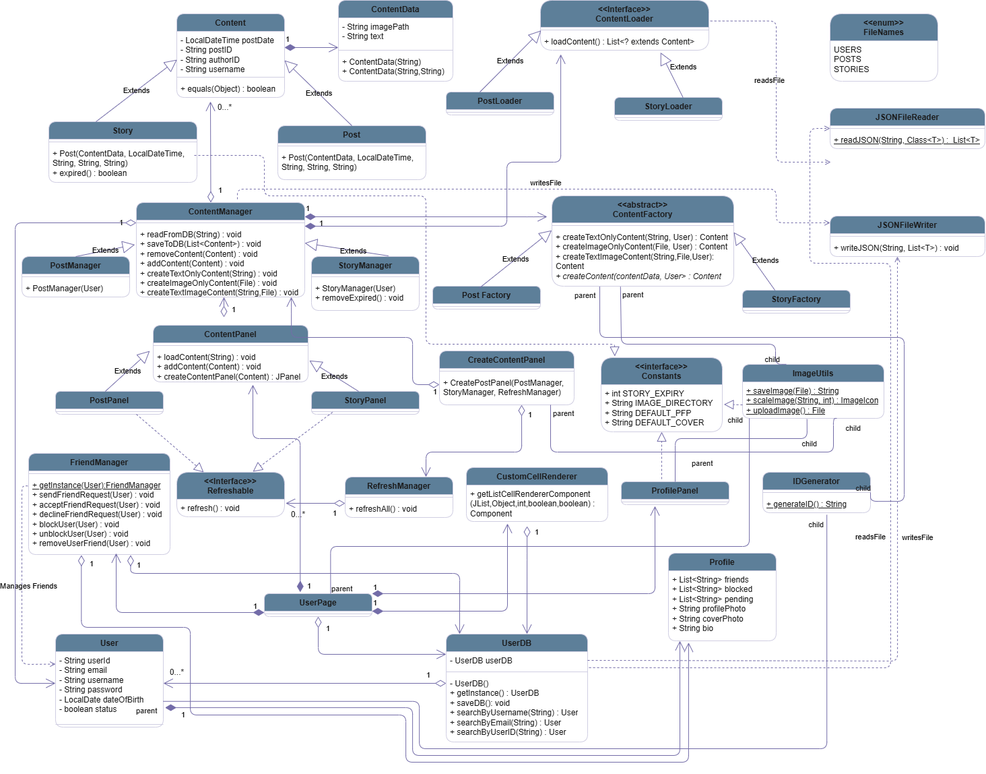
AbdelrahmanEssam1007/ConnectHub keeps this draw.io diagram as UMLs/Class UML.drawio.png. Above is the earlier version. Source tidied: cells renumbered, new cells last; positions are measured from the earlier drawing's top-left corner, leaving out a move shared by most shapes.
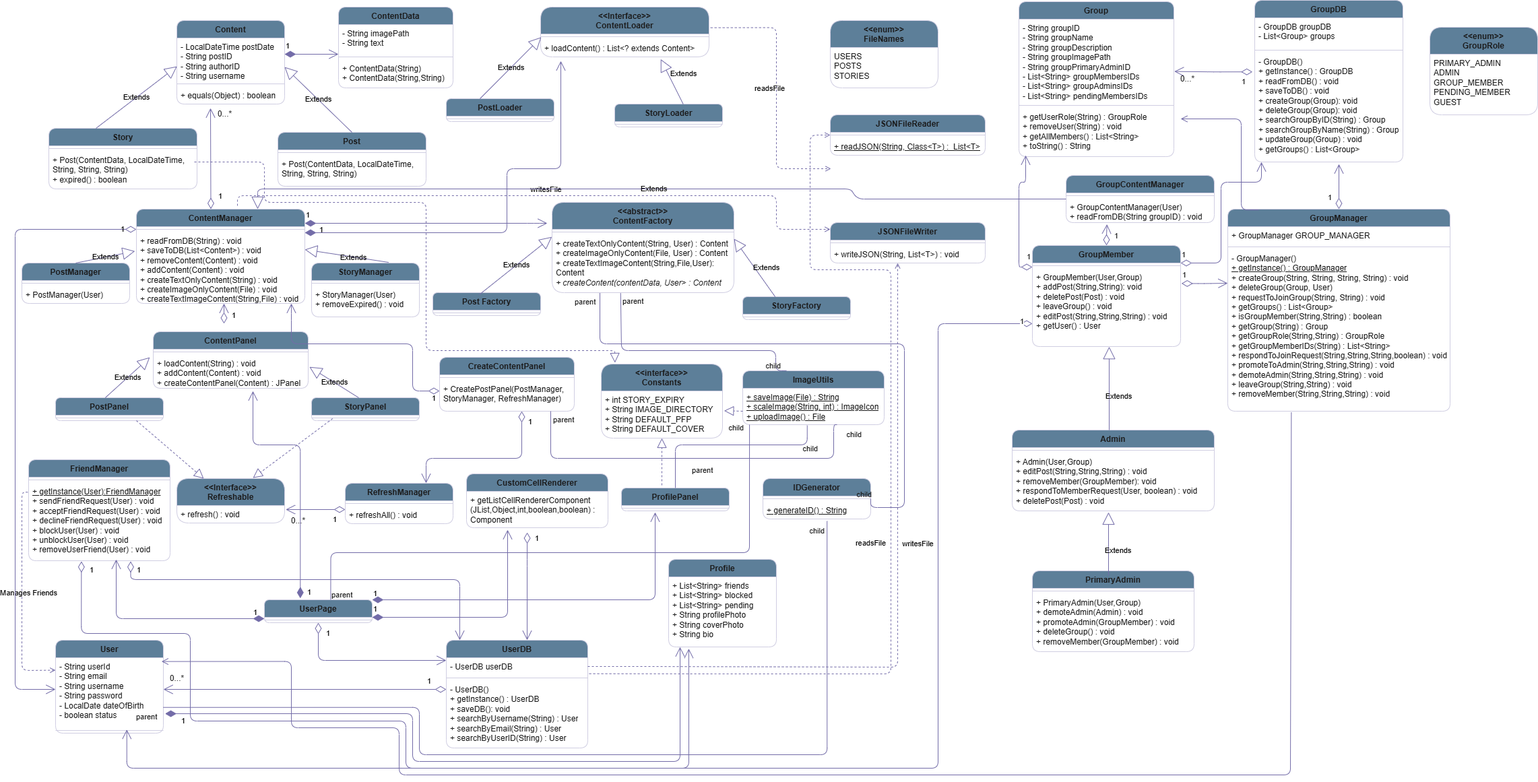
The same diagram one commit later.

Commit message:
Added class UML with group management.

The edit, as a diff of the source:
```diff
@@ -666,5 +666,184 @@
         </Array>
       </mxGeometry>
     </mxCell>
+    <mxCell id="147" value="Group&lt;div&gt;&lt;br&gt;&lt;/div&gt;" style="swimlane;fontStyle=1;align=center;verticalAlign=top;horizontal=1;startSize=26;whiteSpace=wrap;html=1;rounded=1;labelBackgroundColor=none;fillColor=#5D7F99;strokeColor=#D0CEE2;fontColor=#1A1A1A;" parent="1" vertex="1">
+      <mxGeometry x="1490" y="-8" width="230" height="230" as="geometry" />
+    </mxCell>
+    <mxCell id="148" value="- String groupID&lt;div&gt;- String groupName&lt;/div&gt;&lt;div&gt;- String groupDescription&lt;/div&gt;&lt;div&gt;- String groupImagePath&lt;/div&gt;&lt;div&gt;- String groupPrimaryAdminID&lt;/div&gt;&lt;div&gt;- List&amp;lt;String&amp;gt; groupMembersIDs&lt;/div&gt;&lt;div&gt;- List&amp;lt;String&amp;gt; groupAdminsIDs&lt;/div&gt;&lt;div&gt;- List&amp;lt;String&amp;gt; pendingMembersIDs&lt;/div&gt;" style="text;strokeColor=none;fillColor=none;align=left;verticalAlign=top;spacingLeft=4;spacingRight=4;overflow=hidden;points=[[0,0.5],[1,0.5]];portConstraint=eastwest;whiteSpace=wrap;html=1;rounded=1;labelBackgroundColor=none;fontColor=#1A1A1A;" parent="147" vertex="1">
+      <mxGeometry y="26" width="230" height="124" as="geometry" />
+    </mxCell>
+    <mxCell id="149" style="line;strokeWidth=1;fillColor=none;align=left;verticalAlign=middle;spacingTop=-1;spacingLeft=3;spacingRight=3;labelPosition=right;strokeColor=#D0CEE2;rounded=1;labelBackgroundColor=none;fontColor=#1A1A1A;" parent="147" vertex="1">
+      <mxGeometry y="150" width="230" height="8" as="geometry" />
+    </mxCell>
+    <mxCell id="150" value="+ getUserRole(String) : GroupRole&lt;div&gt;+ removeUser(String) : void&lt;/div&gt;&lt;div&gt;+ getAllMembers() : List&amp;lt;String&amp;gt;&lt;/div&gt;&lt;div&gt;+ toString() : String&lt;/div&gt;" style="text;strokeColor=none;fillColor=none;align=left;verticalAlign=top;spacingLeft=4;spacingRight=4;overflow=hidden;whiteSpace=wrap;html=1;rounded=1;labelBackgroundColor=none;fontColor=#1A1A1A;" parent="147" vertex="1">
+      <mxGeometry y="158" width="230" height="72" as="geometry" />
+    </mxCell>
+    <mxCell id="151" value="&lt;div&gt;GroupDB&lt;/div&gt;" style="swimlane;fontStyle=1;align=center;verticalAlign=top;horizontal=1;startSize=26;whiteSpace=wrap;html=1;rounded=1;labelBackgroundColor=none;fillColor=#5D7F99;strokeColor=#D0CEE2;fontColor=#1A1A1A;" parent="1" vertex="1">
+      <mxGeometry x="1840" y="-10" width="220" height="240" as="geometry" />
+    </mxCell>
+    <mxCell id="152" value="- GroupDB groupDB&lt;span style=&quot;white-space: pre;&quot;&gt;&#9;&lt;/span&gt;&lt;div&gt;- List&amp;lt;Group&amp;gt; groups&lt;/div&gt;" style="text;strokeColor=none;fillColor=none;align=left;verticalAlign=top;spacingLeft=4;spacingRight=4;overflow=hidden;whiteSpace=wrap;html=1;rounded=1;labelBackgroundColor=none;fontColor=#1A1A1A;" parent="151" vertex="1">
+      <mxGeometry y="26" width="220" height="44" as="geometry" />
+    </mxCell>
+    <mxCell id="153" style="line;strokeWidth=1;fillColor=none;align=left;verticalAlign=middle;spacingTop=-1;spacingLeft=3;spacingRight=3;labelPosition=right;strokeColor=#D0CEE2;rounded=1;labelBackgroundColor=none;fontColor=#1A1A1A;" parent="151" vertex="1">
+      <mxGeometry y="70" width="220" height="8" as="geometry" />
+    </mxCell>
+    <mxCell id="154" value="- GroupDB()&lt;div&gt;+ getInstance() : GroupDB&lt;/div&gt;&lt;div&gt;+ readFromDB() : void&lt;/div&gt;&lt;div&gt;+ saveToDB() : void&lt;/div&gt;&lt;div&gt;+ createGroup(Group): void&lt;/div&gt;&lt;div&gt;+ deleteGroup(Group): void&lt;/div&gt;&lt;div&gt;+ searchGroupByID(String) : Group&lt;/div&gt;&lt;div&gt;+ searchGroupByName(String) : Group&lt;/div&gt;&lt;div&gt;+ updateGroup(Group) : void&lt;/div&gt;&lt;div&gt;+ getGroups() : List&amp;lt;Group&amp;gt;&lt;/div&gt;" style="text;strokeColor=none;fillColor=none;align=left;verticalAlign=top;spacingLeft=4;spacingRight=4;overflow=hidden;points=[[0,0.5],[1,0.5]];portConstraint=eastwest;whiteSpace=wrap;html=1;rounded=1;labelBackgroundColor=none;fontColor=#1A1A1A;" parent="151" vertex="1">
+      <mxGeometry y="78" width="220" height="162" as="geometry" />
+    </mxCell>
+    <mxCell id="155" value="&lt;div&gt;GroupManager&lt;/div&gt;" style="swimlane;fontStyle=1;align=center;verticalAlign=top;horizontal=1;startSize=26;whiteSpace=wrap;html=1;rounded=1;labelBackgroundColor=none;fillColor=#5D7F99;strokeColor=#D0CEE2;fontColor=#1A1A1A;" parent="1" vertex="1">
+      <mxGeometry x="1800" y="300" width="330" height="300" as="geometry" />
+    </mxCell>
+    <mxCell id="156" value="+ GroupManager GROUP_MANAGER" style="text;strokeColor=none;fillColor=none;align=left;verticalAlign=top;spacingLeft=4;spacingRight=4;overflow=hidden;whiteSpace=wrap;html=1;rounded=1;labelBackgroundColor=none;fontColor=#1A1A1A;" parent="155" vertex="1">
+      <mxGeometry y="26" width="330" height="26" as="geometry" />
+    </mxCell>
+    <mxCell id="157" style="line;strokeWidth=1;fillColor=none;align=left;verticalAlign=middle;spacingTop=-1;spacingLeft=3;spacingRight=3;labelPosition=right;strokeColor=#D0CEE2;rounded=1;labelBackgroundColor=none;fontColor=#1A1A1A;" parent="155" vertex="1">
+      <mxGeometry y="52" width="330" height="8" as="geometry" />
+    </mxCell>
+    <mxCell id="158" value="1" style="endArrow=open;html=1;endSize=12;startArrow=diamondThin;startSize=14;startFill=0;edgeStyle=orthogonalEdgeStyle;align=left;verticalAlign=bottom;rounded=1;strokeColor=#736CA8;fontColor=#1A1A1A;exitX=1.006;exitY=0.193;exitDx=0;exitDy=0;exitPerimeter=0;" parent="155" edge="1" source="167">
+      <mxGeometry x="-1" y="3" relative="1" as="geometry">
+        <mxPoint y="110" as="targetPoint" />
+      </mxGeometry>
+    </mxCell>
+    <mxCell id="159" value="- GroupManager()&lt;div&gt;&lt;u&gt;+ getInstance() : GroupManager&lt;/u&gt;&lt;/div&gt;&lt;div&gt;+ createGroup(String, String, String, String) : void&lt;/div&gt;&lt;div&gt;+ deleteGroup(Group, User)&lt;/div&gt;&lt;div&gt;+ requestToJoinGroup(String, String) : void&lt;/div&gt;&lt;div&gt;+ getGroups() : List&amp;lt;Group&amp;gt;&lt;/div&gt;&lt;div&gt;+ isGroupMember(String,String) : boolean&lt;/div&gt;&lt;div&gt;+ getGroup(String) : Group&lt;/div&gt;&lt;div&gt;+ getGroupRole(String,String) : GroupRole&lt;/div&gt;&lt;div&gt;+ getGroupMemberIDs(String) : List&amp;lt;String&amp;gt;&lt;/div&gt;&lt;div&gt;+ respondToJoinRequest(String,String,String,boolean) : void&lt;/div&gt;&lt;div&gt;+ promoteToAdmin(String,String,String) : void&lt;/div&gt;&lt;div&gt;+ demoteAdmin(String,String,String) : void&lt;/div&gt;&lt;div&gt;+ leaveGroup(String,String) : void&lt;/div&gt;&lt;div&gt;+ removeMember(String,String,String) : void&lt;/div&gt;&lt;div&gt;&lt;br&gt;&lt;/div&gt;" style="text;strokeColor=none;fillColor=none;align=left;verticalAlign=top;spacingLeft=4;spacingRight=4;overflow=hidden;points=[[0,0.5],[1,0.5]];portConstraint=eastwest;whiteSpace=wrap;html=1;rounded=1;labelBackgroundColor=none;fontColor=#1A1A1A;" parent="155" vertex="1">
+      <mxGeometry y="60" width="330" height="240" as="geometry" />
+    </mxCell>
+    <mxCell id="160" value="&lt;div&gt;GroupContentManager&lt;/div&gt;" style="swimlane;fontStyle=1;align=center;verticalAlign=top;horizontal=1;startSize=26;whiteSpace=wrap;html=1;rounded=1;labelBackgroundColor=none;fillColor=#5D7F99;strokeColor=#D0CEE2;fontColor=#1A1A1A;" parent="1" vertex="1">
+      <mxGeometry x="1560" y="250" width="220" height="70" as="geometry" />
+    </mxCell>
+    <mxCell id="161" style="line;strokeWidth=1;fillColor=none;align=left;verticalAlign=middle;spacingTop=-1;spacingLeft=3;spacingRight=3;labelPosition=right;strokeColor=#D0CEE2;rounded=1;labelBackgroundColor=none;fontColor=#1A1A1A;" parent="160" vertex="1">
+      <mxGeometry y="26" width="220" height="8" as="geometry" />
+    </mxCell>
+    <mxCell id="162" value="+ GroupContentManager(User)&lt;div&gt;+ readFromDB(String groupID) : void&lt;/div&gt;" style="text;strokeColor=none;fillColor=none;align=left;verticalAlign=top;spacingLeft=4;spacingRight=4;overflow=hidden;points=[[0,0.5],[1,0.5]];portConstraint=eastwest;whiteSpace=wrap;html=1;rounded=1;labelBackgroundColor=none;fontColor=#1A1A1A;" parent="160" vertex="1">
+      <mxGeometry y="34" width="220" height="36" as="geometry" />
+    </mxCell>
+    <mxCell id="163" value="&amp;lt;&amp;lt;enum&amp;gt;&amp;gt;&lt;div&gt;GroupRole&lt;/div&gt;" style="swimlane;fontStyle=1;align=center;verticalAlign=top;horizontal=1;startSize=40;whiteSpace=wrap;html=1;rounded=1;labelBackgroundColor=none;fillColor=#5D7F99;strokeColor=#D0CEE2;fontColor=#1A1A1A;" parent="1" vertex="1">
+      <mxGeometry x="2100" y="30" width="160" height="130" as="geometry" />
+    </mxCell>
+    <mxCell id="164" value="PRIMARY_ADMIN&lt;div&gt;ADMIN&lt;/div&gt;&lt;div&gt;GROUP_MEMBER&lt;/div&gt;&lt;div&gt;PENDING_MEMBER&lt;/div&gt;&lt;div&gt;GUEST&lt;/div&gt;" style="text;strokeColor=none;fillColor=none;align=left;verticalAlign=top;spacingLeft=4;spacingRight=4;overflow=hidden;whiteSpace=wrap;html=1;rounded=1;labelBackgroundColor=none;fontColor=#1A1A1A;" parent="163" vertex="1">
+      <mxGeometry y="40" width="160" height="90" as="geometry" />
+    </mxCell>
+    <mxCell id="165" value="GroupMember" style="swimlane;fontStyle=1;align=center;verticalAlign=top;horizontal=1;startSize=26;whiteSpace=wrap;html=1;rounded=1;labelBackgroundColor=none;fillColor=#5D7F99;strokeColor=#D0CEE2;fontColor=#1A1A1A;" parent="1" vertex="1">
+      <mxGeometry x="1510" y="354" width="220" height="150" as="geometry" />
+    </mxCell>
+    <mxCell id="166" style="line;strokeWidth=1;fillColor=none;align=left;verticalAlign=middle;spacingTop=-1;spacingLeft=3;spacingRight=3;labelPosition=right;strokeColor=#D0CEE2;rounded=1;labelBackgroundColor=none;fontColor=#1A1A1A;" parent="165" vertex="1">
+      <mxGeometry y="26" width="220" height="8" as="geometry" />
+    </mxCell>
+    <mxCell id="167" value="+ GroupMember(User,Group)&lt;div&gt;+ addPost(String,String): void&lt;/div&gt;&lt;div&gt;+ deletePost(Post) : void&lt;/div&gt;&lt;div&gt;+ leaveGroup() : void&lt;/div&gt;&lt;div&gt;+ editPost(String,String,String) : void&lt;/div&gt;&lt;div&gt;+ getUser() : User&lt;/div&gt;" style="text;strokeColor=none;fillColor=none;align=left;verticalAlign=top;spacingLeft=4;spacingRight=4;overflow=hidden;points=[[0,0.5],[1,0.5]];portConstraint=eastwest;whiteSpace=wrap;html=1;rounded=1;labelBackgroundColor=none;fontColor=#1A1A1A;" parent="165" vertex="1">
+      <mxGeometry y="34" width="220" height="116" as="geometry" />
+    </mxCell>
+    <mxCell id="168" value="Admin" style="swimlane;fontStyle=1;align=center;verticalAlign=top;horizontal=1;startSize=26;whiteSpace=wrap;html=1;rounded=1;labelBackgroundColor=none;fillColor=#5D7F99;strokeColor=#D0CEE2;fontColor=#1A1A1A;" parent="1" vertex="1">
+      <mxGeometry x="1480" y="628" width="300" height="120" as="geometry" />
+    </mxCell>
+    <mxCell id="169" style="line;strokeWidth=1;fillColor=none;align=left;verticalAlign=middle;spacingTop=-1;spacingLeft=3;spacingRight=3;labelPosition=right;strokeColor=#D0CEE2;rounded=1;labelBackgroundColor=none;fontColor=#1A1A1A;" parent="168" vertex="1">
+      <mxGeometry y="26" width="300" height="8" as="geometry" />
+    </mxCell>
+    <mxCell id="170" value="+ Admin(User,Group)&lt;div&gt;+ editPost(String,String,String) : void&lt;/div&gt;&lt;div&gt;+ removeMember(GroupMember): void&lt;span style=&quot;white-space: pre;&quot;&gt;&#9;&lt;/span&gt;&lt;/div&gt;&lt;div&gt;+ respondToMemberRequest(User, boolean) : void&lt;/div&gt;&lt;div&gt;+ deletePost(Post) : void&lt;/div&gt;" style="text;strokeColor=none;fillColor=none;align=left;verticalAlign=top;spacingLeft=4;spacingRight=4;overflow=hidden;whiteSpace=wrap;html=1;rounded=1;labelBackgroundColor=none;fontColor=#1A1A1A;" parent="168" vertex="1">
+      <mxGeometry y="34" width="300" height="86" as="geometry" />
+    </mxCell>
+    <mxCell id="171" value="PrimaryAdmin" style="swimlane;fontStyle=1;align=center;verticalAlign=top;horizontal=1;startSize=26;whiteSpace=wrap;html=1;rounded=1;labelBackgroundColor=none;fillColor=#5D7F99;strokeColor=#D0CEE2;fontColor=#1A1A1A;" parent="1" vertex="1">
+      <mxGeometry x="1510" y="837" width="240" height="120" as="geometry" />
+    </mxCell>
+    <mxCell id="172" style="line;strokeWidth=1;fillColor=none;align=left;verticalAlign=middle;spacingTop=-1;spacingLeft=3;spacingRight=3;labelPosition=right;strokeColor=#D0CEE2;rounded=1;labelBackgroundColor=none;fontColor=#1A1A1A;" parent="171" vertex="1">
+      <mxGeometry y="26" width="240" height="8" as="geometry" />
+    </mxCell>
+    <mxCell id="173" value="+ PrimaryAdmin(User,Group)&lt;div&gt;+ demoteAdmin(Admin) : void&lt;/div&gt;&lt;div&gt;+ promoteAdmin(GroupMember) : void&lt;/div&gt;&lt;div&gt;+ deleteGroup() : void&lt;/div&gt;&lt;div&gt;+ removeMember(GroupMember) : void&lt;/div&gt;" style="text;strokeColor=none;fillColor=none;align=left;verticalAlign=top;spacingLeft=4;spacingRight=4;overflow=hidden;whiteSpace=wrap;html=1;rounded=1;labelBackgroundColor=none;fontColor=#1A1A1A;" parent="171" vertex="1">
+      <mxGeometry y="34" width="240" height="86" as="geometry" />
+    </mxCell>
+    <mxCell id="174" value="Extends" style="endArrow=block;endSize=16;endFill=0;html=1;rounded=1;exitX=0;exitY=0.5;exitDx=0;exitDy=0;labelBackgroundColor=none;strokeColor=#736CA8;fontColor=default;" parent="1" edge="1" source="160">
+      <mxGeometry relative="1" as="geometry">
+        <mxPoint x="360" y="300" as="targetPoint" />
+        <Array as="points">
+          <mxPoint x="1250" y="285" />
+          <mxPoint x="1240" y="270" />
+          <mxPoint x="360" y="270" />
+        </Array>
+      </mxGeometry>
+    </mxCell>
+    <mxCell id="175" value="1" style="endArrow=open;html=1;endSize=12;startArrow=diamondThin;startSize=14;startFill=0;edgeStyle=orthogonalEdgeStyle;align=left;verticalAlign=bottom;rounded=1;strokeColor=#736CA8;fontColor=#1A1A1A;" parent="1" edge="1" source="155">
+      <mxGeometry x="-0.74" y="18" relative="1" as="geometry">
+        <mxPoint x="1965" y="233" as="targetPoint" />
+        <Array as="points">
+          <mxPoint x="1965" y="233" />
+        </Array>
+      </mxGeometry>
+    </mxCell>
+    <mxCell id="176" style="endArrow=open;startArrow=none;endFill=0;startFill=0;endSize=8;html=1;verticalAlign=bottom;labelBackgroundColor=none;strokeWidth=1;rounded=1;strokeColor=#736CA8;fontColor=#1A1A1A;edgeStyle=orthogonalEdgeStyle;entryX=0.983;entryY=0.054;entryDx=0;entryDy=0;entryPerimeter=0;curved=0;exitX=0.286;exitY=1.007;exitDx=0;exitDy=0;exitPerimeter=0;" parent="1" edge="1" source="159" target="85">
+      <mxGeometry relative="1" as="geometry">
+        <Array as="points">
+          <mxPoint x="1893" y="602" />
+          <mxPoint x="1893" y="1140" />
+          <mxPoint x="570" y="1140" />
+          <mxPoint x="570" y="1070" />
+          <mxPoint x="410" y="1070" />
+          <mxPoint x="410" y="972" />
+        </Array>
+      </mxGeometry>
+    </mxCell>
+    <mxCell id="177" style="endArrow=open;startArrow=none;endFill=0;startFill=0;endSize=8;html=1;verticalAlign=bottom;labelBackgroundColor=none;strokeWidth=1;rounded=1;strokeColor=#736CA8;fontColor=#1A1A1A;exitX=0.139;exitY=0.004;exitDx=0;exitDy=0;exitPerimeter=0;edgeStyle=orthogonalEdgeStyle;curved=0;" parent="1" edge="1" source="155">
+      <mxGeometry relative="1" as="geometry">
+        <mxPoint x="1730" y="166" as="targetPoint" />
+        <Array as="points">
+          <mxPoint x="1820" y="301" />
+          <mxPoint x="1820" y="166" />
+        </Array>
+      </mxGeometry>
+    </mxCell>
+    <mxCell id="178" value="1" style="endArrow=open;html=1;endSize=12;startArrow=diamondThin;startSize=14;startFill=0;edgeStyle=orthogonalEdgeStyle;align=left;verticalAlign=bottom;rounded=1;strokeColor=#736CA8;fontColor=#1A1A1A;exitX=-0.015;exitY=0.174;exitDx=0;exitDy=0;exitPerimeter=0;entryX=1.003;entryY=0.626;entryDx=0;entryDy=0;entryPerimeter=0;" parent="1" edge="1" source="154" target="148">
+      <mxGeometry x="-0.71" y="24" relative="1" as="geometry" />
+    </mxCell>
+    <mxCell id="179" value="0...*" style="text;html=1;align=center;verticalAlign=middle;strokeColor=none;fillColor=none;fontColor=#1A1A1A;rounded=1;" parent="1" vertex="1">
+      <mxGeometry x="1720" y="92" width="40" height="30" as="geometry" />
+    </mxCell>
+    <mxCell id="180" value="1" style="endArrow=open;html=1;endSize=12;startArrow=diamondThin;startSize=14;startFill=0;edgeStyle=orthogonalEdgeStyle;align=left;verticalAlign=bottom;rounded=1;strokeColor=#736CA8;fontColor=#1A1A1A;entryX=0.661;entryY=0.318;entryDx=0;entryDy=0;entryPerimeter=0;exitX=0;exitY=0.707;exitDx=0;exitDy=0;exitPerimeter=0;" parent="1" edge="1" source="167" target="86">
+      <mxGeometry x="-0.98" y="6" relative="1" as="geometry">
+        <Array as="points">
+          <mxPoint x="1370" y="470" />
+          <mxPoint x="1370" y="1130" />
+          <mxPoint x="166" y="1130" />
+        </Array>
+      </mxGeometry>
+    </mxCell>
+    <mxCell id="181" value="1" style="endArrow=open;html=1;endSize=12;startArrow=diamondThin;startSize=14;startFill=0;edgeStyle=orthogonalEdgeStyle;align=left;verticalAlign=bottom;rounded=1;strokeColor=#736CA8;fontColor=#1A1A1A;curved=0;" parent="1" edge="1">
+      <mxGeometry x="-0.9" y="-6" relative="1" as="geometry">
+        <mxPoint x="1510" y="386" as="sourcePoint" />
+        <mxPoint x="1500" y="220" as="targetPoint" />
+        <Array as="points">
+          <mxPoint x="1490" y="386" />
+          <mxPoint x="1490" y="260" />
+          <mxPoint x="1500" y="260" />
+          <mxPoint x="1500" y="223" />
+        </Array>
+      </mxGeometry>
+    </mxCell>
+    <mxCell id="182" value="1" style="endArrow=open;html=1;endSize=12;startArrow=diamondThin;startSize=14;startFill=0;edgeStyle=orthogonalEdgeStyle;align=left;verticalAlign=bottom;rounded=1;strokeColor=#736CA8;fontColor=#1A1A1A;exitX=0.5;exitY=0;exitDx=0;exitDy=0;entryX=0.276;entryY=1.065;entryDx=0;entryDy=0;entryPerimeter=0;" parent="1" edge="1" source="165" target="162">
+      <mxGeometry x="-0.76" y="-10" relative="1" as="geometry">
+        <Array as="points">
+          <mxPoint x="1620" y="340" />
+          <mxPoint x="1621" y="340" />
+        </Array>
+      </mxGeometry>
+    </mxCell>
+    <mxCell id="183" value="1" style="endArrow=open;html=1;endSize=12;startArrow=diamondThin;startSize=14;startFill=0;edgeStyle=orthogonalEdgeStyle;align=left;verticalAlign=bottom;rounded=1;strokeColor=#736CA8;fontColor=#1A1A1A;curved=0;" parent="1" edge="1">
+      <mxGeometry x="-1" y="3" relative="1" as="geometry">
+        <mxPoint x="1730" y="380" as="sourcePoint" />
+        <mxPoint x="1850" y="230" as="targetPoint" />
+        <Array as="points">
+          <mxPoint x="1790" y="380" />
+          <mxPoint x="1790" y="260" />
+          <mxPoint x="1850" y="260" />
+        </Array>
+      </mxGeometry>
+    </mxCell>
+    <mxCell id="184" value="Extends" style="endArrow=block;endSize=16;endFill=0;html=1;rounded=1;entryX=0.518;entryY=1.002;entryDx=0;entryDy=0;entryPerimeter=0;exitX=0.301;exitY=0.002;exitDx=0;exitDy=0;exitPerimeter=0;labelBackgroundColor=none;strokeColor=#736CA8;fontColor=default;" parent="1" edge="1" target="167">
+      <mxGeometry x="-0.18" y="-14" relative="1" as="geometry">
+        <mxPoint x="1624" y="628" as="sourcePoint" />
+      </mxGeometry>
+    </mxCell>
+    <mxCell id="185" value="Extends" style="endArrow=block;endSize=16;endFill=0;html=1;rounded=1;exitX=0.301;exitY=0.002;exitDx=0;exitDy=0;exitPerimeter=0;labelBackgroundColor=none;strokeColor=#736CA8;fontColor=default;" parent="1" edge="1">
+      <mxGeometry x="-0.18" y="-14" relative="1" as="geometry">
+        <mxPoint x="1623" y="844" as="sourcePoint" />
+        <mxPoint x="1623" y="750" as="targetPoint" />
+      </mxGeometry>
+    </mxCell>
   </root>
 </mxGraphModel>
```
